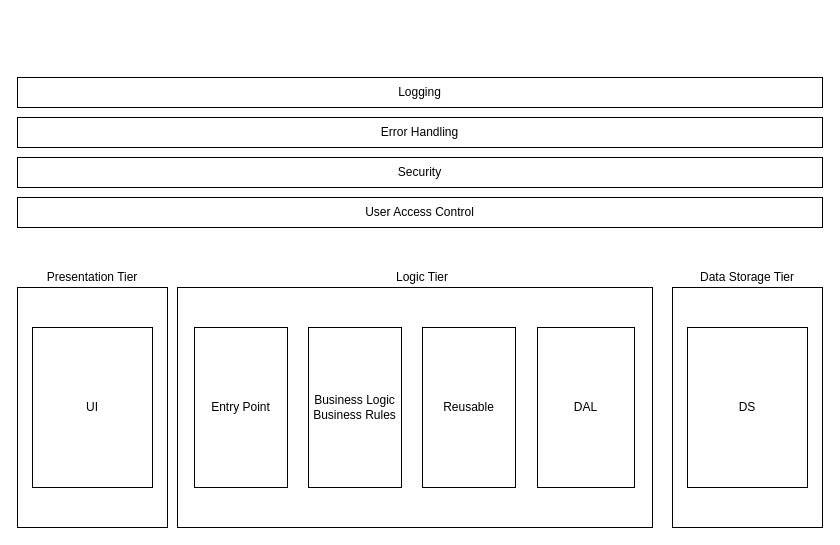
Before: Documents/Milestone 3/HighLevelDesign.drawio in Hunter3787/Saturday-Solution, a draw.io diagram. Source tidied: cells renumbered, new cells numbered last; positions are measured from the earlier drawing's top-left corner, leaving out a move shared by most shapes. Both pictures are drawn from the tidied source at 100%, with x=0, y=0 at pixel (17, 77).
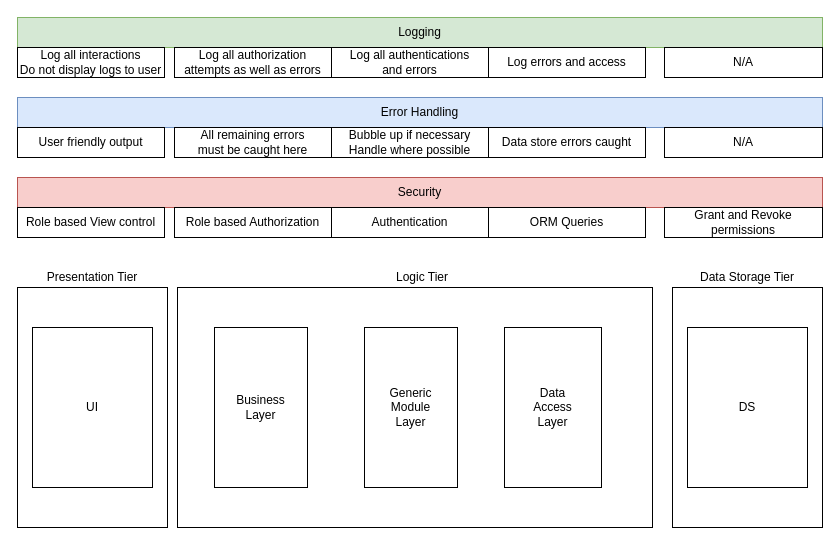
The same diagram, later.

The change refers to these unchanged cells:
```xml
<mxCell id="4" style="group;" parent="1" vertex="1">
  <mxGeometry y="190" width="805" height="260" as="geometry" />
</mxCell>
```

Change to the diagram source:
```diff
@@
-    <mxCell id="2" value="Logging" style="rounded=0;whiteSpace=wrap;html=1;" parent="1" vertex="1">
-      <mxGeometry width="805" height="30" as="geometry" />
-    </mxCell>
-    <mxCell id="3" value="Error Handling" style="rounded=0;whiteSpace=wrap;html=1;" parent="1" vertex="1">
-      <mxGeometry y="40" width="805" height="30" as="geometry" />
-    </mxCell>
@@
-    <mxCell id="10" value="Entry Point" style="rounded=0;whiteSpace=wrap;html=1;" parent="4" vertex="1">
-      <mxGeometry x="177" y="60" width="93" height="160" as="geometry" />
-    </mxCell>
-    <mxCell id="11" value="Business Logic&lt;br&gt;Business Rules" style="rounded=0;whiteSpace=wrap;html=1;" parent="4" vertex="1">
-      <mxGeometry x="291" y="60" width="93" height="160" as="geometry" />
+    <mxCell id="11" value="Business&lt;br&gt;Layer" style="rounded=0;whiteSpace=wrap;html=1;" parent="4" vertex="1">
+      <mxGeometry x="197" y="60" width="93" height="160" as="geometry" />
     </mxCell>
@@
-    <mxCell id="15" value="DAL" style="rounded=0;whiteSpace=wrap;html=1;" parent="4" vertex="1">
-      <mxGeometry x="520" y="60" width="97" height="160" as="geometry" />
+    <mxCell id="15" value="Data&lt;br&gt;Access&lt;br&gt;Layer" style="rounded=0;whiteSpace=wrap;html=1;" parent="4" vertex="1">
+      <mxGeometry x="487" y="60" width="97" height="160" as="geometry" />
     </mxCell>
-    <mxCell id="16" value="Reusable" style="rounded=0;whiteSpace=wrap;html=1;" parent="4" vertex="1">
-      <mxGeometry x="405" y="60" width="93" height="160" as="geometry" />
+    <mxCell id="16" value="Generic &lt;br&gt;Module &lt;br&gt;Layer" style="rounded=0;whiteSpace=wrap;html=1;" parent="4" vertex="1">
+      <mxGeometry x="347" y="60" width="93" height="160" as="geometry" />
     </mxCell>
+    <mxCell id="19" style="group;" parent="1" vertex="1">
+      <mxGeometry y="100" width="805" height="60" as="geometry" />
+    </mxCell>
-    <mxCell id="17" value="Security" style="rounded=0;whiteSpace=wrap;html=1;" parent="1" vertex="1">
-      <mxGeometry y="80" width="805" height="30" as="geometry" />
+    <mxCell id="17" value="Security" style="rounded=0;whiteSpace=wrap;html=1;fillColor=#f8cecc;strokeColor=#b85450;" parent="19" vertex="1">
+      <mxGeometry width="805" height="30" as="geometry" />
     </mxCell>
-    <mxCell id="18" value="User Access Control" style="rounded=0;whiteSpace=wrap;html=1;" parent="1" vertex="1">
-      <mxGeometry y="120" width="805" height="30" as="geometry" />
-    </mxCell>
+    <mxCell id="20" value="Role based View control" style="rounded=0;whiteSpace=wrap;html=1;" parent="19" vertex="1">
+      <mxGeometry y="30" width="147" height="30" as="geometry" />
+    </mxCell>
+    <mxCell id="21" value="Role based Authorization" style="rounded=0;whiteSpace=wrap;html=1;" parent="19" vertex="1">
+      <mxGeometry x="157" y="30" width="157" height="30" as="geometry" />
+    </mxCell>
+    <mxCell id="22" value="ORM Queries" style="rounded=0;whiteSpace=wrap;html=1;" parent="19" vertex="1">
+      <mxGeometry x="471" y="30" width="157" height="30" as="geometry" />
+    </mxCell>
+    <mxCell id="23" value="Authentication" style="rounded=0;whiteSpace=wrap;html=1;" parent="19" vertex="1">
+      <mxGeometry x="314" y="30" width="157" height="30" as="geometry" />
+    </mxCell>
+    <mxCell id="24" value="Grant and Revoke permissions" style="rounded=0;whiteSpace=wrap;html=1;" parent="19" vertex="1">
+      <mxGeometry x="647" y="30" width="158" height="30" as="geometry" />
+    </mxCell>
+    <mxCell id="25" style="group;" parent="1" vertex="1">
+      <mxGeometry y="20" width="805" height="60" as="geometry" />
+    </mxCell>
+    <mxCell id="3" value="Error Handling" style="rounded=0;whiteSpace=wrap;html=1;fillColor=#dae8fc;strokeColor=#6c8ebf;" parent="25" vertex="1">
+      <mxGeometry width="805" height="30" as="geometry" />
+    </mxCell>
+    <mxCell id="26" value="User friendly output" style="rounded=0;whiteSpace=wrap;html=1;" parent="25" vertex="1">
+      <mxGeometry y="30" width="147" height="30" as="geometry" />
+    </mxCell>
+    <mxCell id="27" value="All remaining errors &lt;br&gt;must be caught here" style="rounded=0;whiteSpace=wrap;html=1;" parent="25" vertex="1">
+      <mxGeometry x="157" y="30" width="157" height="30" as="geometry" />
+    </mxCell>
+    <mxCell id="28" value="Data store errors caught" style="rounded=0;whiteSpace=wrap;html=1;" parent="25" vertex="1">
+      <mxGeometry x="471" y="30" width="157" height="30" as="geometry" />
+    </mxCell>
+    <mxCell id="29" value="Bubble up if necessary&lt;br&gt;Handle where possible" style="rounded=0;whiteSpace=wrap;html=1;" parent="25" vertex="1">
+      <mxGeometry x="314" y="30" width="157" height="30" as="geometry" />
+    </mxCell>
+    <mxCell id="30" value="N/A" style="rounded=0;whiteSpace=wrap;html=1;" parent="25" vertex="1">
+      <mxGeometry x="647" y="30" width="158" height="30" as="geometry" />
+    </mxCell>
+    <mxCell id="31" style="group;" parent="1" vertex="1">
+      <mxGeometry y="-60" width="805" height="60" as="geometry" />
+    </mxCell>
+    <mxCell id="2" value="Logging" style="rounded=0;whiteSpace=wrap;html=1;fillColor=#d5e8d4;strokeColor=#82b366;" parent="31" vertex="1">
+      <mxGeometry width="805" height="30" as="geometry" />
+    </mxCell>
+    <mxCell id="32" value="Log all interactions&lt;br&gt;Do not display logs to user" style="rounded=0;whiteSpace=wrap;html=1;" parent="31" vertex="1">
+      <mxGeometry y="30" width="147" height="30" as="geometry" />
+    </mxCell>
+    <mxCell id="33" value="Log all authorization attempts as well as errors" style="rounded=0;whiteSpace=wrap;html=1;" parent="31" vertex="1">
+      <mxGeometry x="157" y="30" width="157" height="30" as="geometry" />
+    </mxCell>
+    <mxCell id="34" value="Log errors and access" style="rounded=0;whiteSpace=wrap;html=1;" parent="31" vertex="1">
+      <mxGeometry x="471" y="30" width="157" height="30" as="geometry" />
+    </mxCell>
+    <mxCell id="35" value="Log all authentications &lt;br&gt;and errors" style="rounded=0;whiteSpace=wrap;html=1;" parent="31" vertex="1">
+      <mxGeometry x="314" y="30" width="157" height="30" as="geometry" />
+    </mxCell>
+    <mxCell id="36" value="N/A" style="rounded=0;whiteSpace=wrap;html=1;" parent="31" vertex="1">
+      <mxGeometry x="647" y="30" width="158" height="30" as="geometry" />
+    </mxCell>
```
